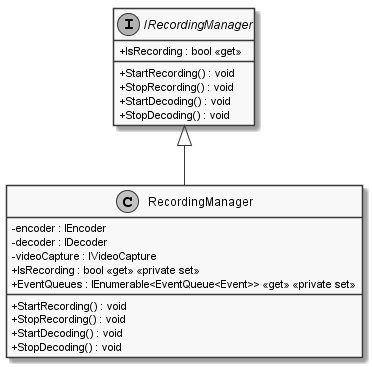
Above: documents/sd/resources/Classes/Core/MORR/RecordingManager.png in insightmind/MORR (PlantUML), before the change.
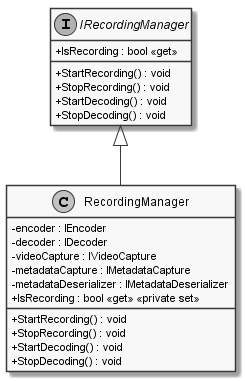
Above is the later version.

Commit message:
Changed main diagram, updated RecordingManager description

Change to the diagram source:
```diff
@@ -6,8 +6,9 @@
     - encoder : IEncoder
     - decoder : IDecoder
     - videoCapture : IVideoCapture
+    - metadataCapture : IMetadataCapture
+    - metadataDeserializer : IMetadataDeserializer
     + IsRecording : bool <<get>> <<private set>>
-    + EventQueues : IEnumerable<EventQueue<Event>> <<get>> <<private set>>
     + StartRecording() : void
     + StopRecording() : void
     + StartDecoding() : void
```
